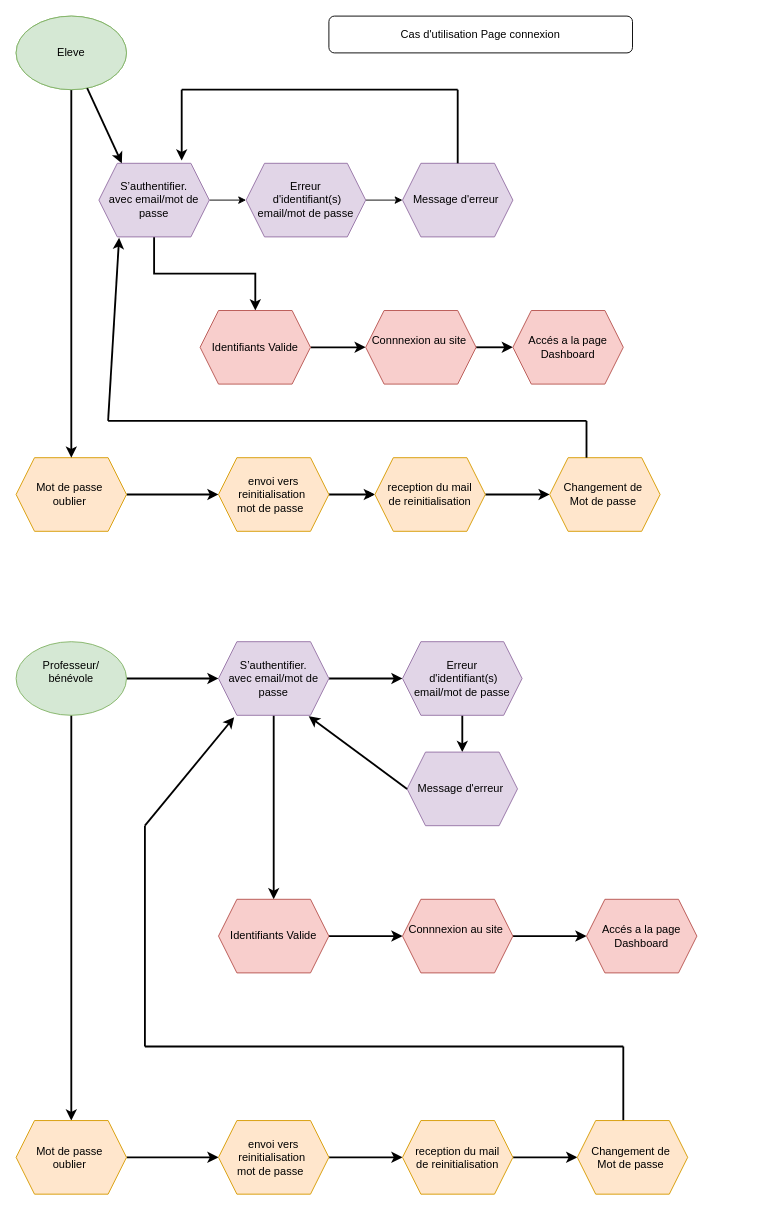
The draw.io diagram Diagramme de cas d’usage – Connexion.drawio in frederic5962/Learn-Home_p10, before the edit. Source tidied: cells renumbered, new cells numbered last; positions are measured from the earlier drawing's top-left corner, leaving out a move shared by most shapes. Both pictures are drawn from the tidied source at 92%, with x=0, y=0 at pixel (16, 16).
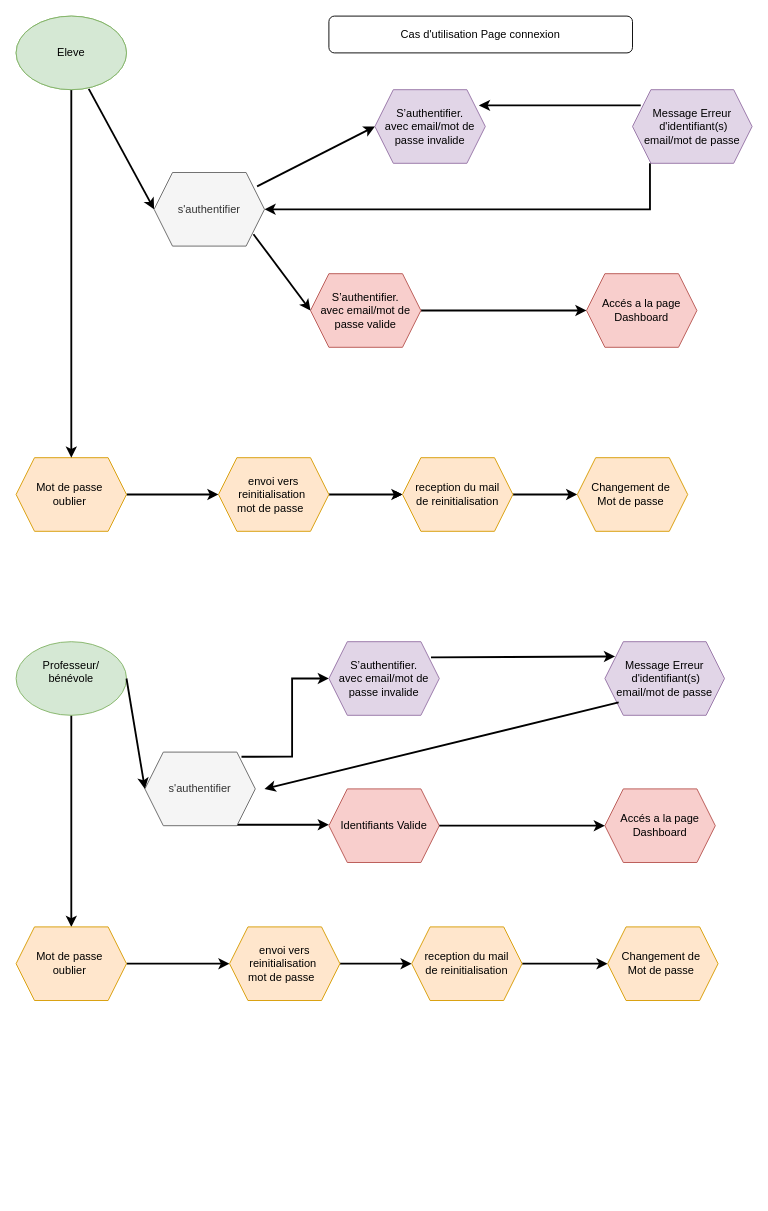
The same diagram, later.

Commit message:
Mettre à jour Diagramme de cas d’usage – Connexion.drawio

Unchanged cells that the change refers to:
```xml
<mxCell id="31" value="Eleve" style="ellipse;whiteSpace=wrap;html=1;fillColor=#d5e8d4;strokeColor=#82b366;" parent="1" vertex="1">
  <mxGeometry width="120" height="80" as="geometry" />
</mxCell>
<mxCell id="34" value="Professeur/&lt;div&gt;bénévole&lt;div&gt;&lt;br&gt;&lt;/div&gt;&lt;/div&gt;" style="ellipse;whiteSpace=wrap;html=1;fillColor=#d5e8d4;strokeColor=#82b366;" parent="1" vertex="1">
  <mxGeometry y="680" width="120" height="80" as="geometry" />
</mxCell>
```

The edit, as a diff of the source:
```diff
@@
-    <mxCell id="3" style="edgeStyle=orthogonalEdgeStyle;rounded=0;jettySize=auto;html=1;entryX=0;entryY=0.5;entryDx=0;entryDy=0;" parent="1" edge="1" source="5" target="7">
+    <mxCell id="3" style="edgeStyle=orthogonalEdgeStyle;rounded=0;jettySize=auto;html=1;entryX=1;entryY=0.5;entryDx=0;entryDy=0;strokeWidth=2;exitX=0.146;exitY=1;exitDx=0;exitDy=0;exitPerimeter=0;" parent="1" edge="1" source="7" target="66">
       <mxGeometry relative="1" as="geometry" />
     </mxCell>
-    <mxCell id="4" style="edgeStyle=orthogonalEdgeStyle;rounded=0;jettySize=auto;html=1;strokeWidth=2;" parent="1" edge="1" source="5" target="10">
-      <mxGeometry relative="1" as="geometry" />
-    </mxCell>
-    <mxCell id="5" value="S’authentifier.&lt;div&gt;avec email/mot de passe&lt;/div&gt;" style="shape=hexagon;perimeter=hexagonPerimeter2;whiteSpace=wrap;html=1;fixedSize=1;fillColor=#e1d5e7;strokeColor=#9673a6;" parent="1" vertex="1">
-      <mxGeometry x="90" y="160" width="120" height="80" as="geometry" />
+    <mxCell id="5" value="S’authentifier.&lt;div&gt;avec email/mot de passe&amp;nbsp;&lt;span style=&quot;background-color: transparent; color: light-dark(rgb(0, 0, 0), rgb(255, 255, 255));&quot;&gt;invalide&lt;/span&gt;&lt;/div&gt;" style="shape=hexagon;perimeter=hexagonPerimeter2;whiteSpace=wrap;html=1;fixedSize=1;fillColor=#e1d5e7;strokeColor=#9673a6;" parent="1" vertex="1">
+      <mxGeometry x="390" y="80" width="120" height="80" as="geometry" />
     </mxCell>
-    <mxCell id="6" style="edgeStyle=orthogonalEdgeStyle;rounded=0;jettySize=auto;html=1;entryX=0;entryY=0.5;entryDx=0;entryDy=0;" parent="1" edge="1" source="7" target="8">
-      <mxGeometry relative="1" as="geometry" />
-    </mxCell>
-    <mxCell id="7" value="Erreur&lt;div&gt;&amp;nbsp;d'identifiant(s)&lt;div&gt;email/mot de passe&lt;/div&gt;&lt;/div&gt;" style="shape=hexagon;perimeter=hexagonPerimeter2;whiteSpace=wrap;html=1;fixedSize=1;fillColor=#e1d5e7;strokeColor=#9673a6;" parent="1" vertex="1">
-      <mxGeometry x="250" y="160" width="130" height="80" as="geometry" />
+    <mxCell id="7" value="Message Erreur&lt;div&gt;&amp;nbsp;d'identifiant(s)&lt;div&gt;email/mot de passe&lt;/div&gt;&lt;/div&gt;" style="shape=hexagon;perimeter=hexagonPerimeter2;whiteSpace=wrap;html=1;fixedSize=1;fillColor=#e1d5e7;strokeColor=#9673a6;" parent="1" vertex="1">
+      <mxGeometry x="670" y="80" width="130" height="80" as="geometry" />
     </mxCell>
-    <mxCell id="8" value="Message d'erreur&amp;nbsp;" style="shape=hexagon;perimeter=hexagonPerimeter2;whiteSpace=wrap;html=1;fixedSize=1;fillColor=#e1d5e7;strokeColor=#9673a6;" parent="1" vertex="1">
-      <mxGeometry x="420" y="160" width="120" height="80" as="geometry" />
-    </mxCell>
-    <mxCell id="9" style="edgeStyle=orthogonalEdgeStyle;rounded=0;jettySize=auto;html=1;strokeWidth=2;" parent="1" edge="1" source="10" target="12">
+    <mxCell id="9" style="edgeStyle=orthogonalEdgeStyle;rounded=0;jettySize=auto;html=1;strokeWidth=2;entryX=0;entryY=0.5;entryDx=0;entryDy=0;" parent="1" edge="1" source="10" target="13">
       <mxGeometry relative="1" as="geometry" />
     </mxCell>
-    <mxCell id="10" value="Identifiants Valide" style="shape=hexagon;perimeter=hexagonPerimeter2;whiteSpace=wrap;html=1;fixedSize=1;fillColor=#f8cecc;strokeColor=#b85450;" parent="1" vertex="1">
-      <mxGeometry x="200" y="320" width="120" height="80" as="geometry" />
+    <mxCell id="10" value="S’authentifier.&lt;div&gt;avec email/mot de passe&amp;nbsp;&lt;span style=&quot;background-color: transparent; color: light-dark(rgb(0, 0, 0), rgb(255, 255, 255));&quot;&gt;valide&lt;/span&gt;&lt;/div&gt;" style="shape=hexagon;perimeter=hexagonPerimeter2;whiteSpace=wrap;html=1;fixedSize=1;fillColor=#f8cecc;strokeColor=#b85450;" parent="1" vertex="1">
+      <mxGeometry x="320" y="280" width="120" height="80" as="geometry" />
     </mxCell>
-    <mxCell id="11" style="edgeStyle=orthogonalEdgeStyle;rounded=0;jettySize=auto;html=1;strokeWidth=2;" parent="1" edge="1" source="12" target="13">
-      <mxGeometry relative="1" as="geometry" />
-    </mxCell>
-    <mxCell id="12" value="Connnexion au site&amp;nbsp;&lt;div&gt;&lt;br&gt;&lt;/div&gt;" style="shape=hexagon;perimeter=hexagonPerimeter2;whiteSpace=wrap;html=1;fixedSize=1;fillColor=#f8cecc;strokeColor=#b85450;" parent="1" vertex="1">
-      <mxGeometry x="380" y="320" width="120" height="80" as="geometry" />
-    </mxCell>
     <mxCell id="13" value="Accés a la page Dashboard" style="shape=hexagon;perimeter=hexagonPerimeter2;whiteSpace=wrap;html=1;fixedSize=1;fillColor=#f8cecc;strokeColor=#b85450;" parent="1" vertex="1">
-      <mxGeometry x="540" y="320" width="120" height="80" as="geometry" />
+      <mxGeometry x="620" y="280" width="120" height="80" as="geometry" />
     </mxCell>
@@
     <mxCell id="21" value="reception du mail&lt;div&gt;de reinitialisation&lt;/div&gt;" style="shape=hexagon;perimeter=hexagonPerimeter2;whiteSpace=wrap;html=1;fixedSize=1;fillColor=#ffe6cc;strokeColor=#d79b00;" parent="1" vertex="1">
-      <mxGeometry x="390" y="480" width="120" height="80" as="geometry" />
+      <mxGeometry x="420" y="480" width="120" height="80" as="geometry" />
     </mxCell>
     <mxCell id="22" value="Changement de&amp;nbsp;&lt;div&gt;Mot de passe&amp;nbsp;&lt;/div&gt;" style="shape=hexagon;perimeter=hexagonPerimeter2;whiteSpace=wrap;html=1;fixedSize=1;fillColor=#ffe6cc;strokeColor=#d79b00;" parent="1" vertex="1">
-      <mxGeometry x="580" y="480" width="120" height="80" as="geometry" />
+      <mxGeometry x="610" y="480" width="120" height="80" as="geometry" />
     </mxCell>
@@
-    <mxCell id="25" style="endArrow=none;html=1;rounded=0;exitX=0.5;exitY=0;exitDx=0;exitDy=0;strokeWidth=2;" parent="1" edge="1" source="8">
-      <mxGeometry relative="1" as="geometry">
-        <mxPoint x="480" y="80" as="targetPoint" />
-      </mxGeometry>
-    </mxCell>
-    <mxCell id="26" style="endArrow=none;html=1;rounded=0;strokeWidth=2;" parent="1" edge="1">
-      <mxGeometry relative="1" as="geometry">
-        <mxPoint x="180" y="80" as="sourcePoint" />
-        <mxPoint x="480" y="80" as="targetPoint" />
-      </mxGeometry>
-    </mxCell>
-    <mxCell id="27" style="endArrow=classic;html=1;rounded=0;entryX=0.75;entryY=-0.037;entryDx=0;entryDy=0;entryPerimeter=0;strokeWidth=2;" parent="1" edge="1" target="5">
-      <mxGeometry relative="1" as="geometry">
-        <mxPoint x="180" y="80" as="sourcePoint" />
-      </mxGeometry>
-    </mxCell>
-    <mxCell id="28" style="endArrow=none;html=1;rounded=0;strokeWidth=2;" parent="1" edge="1">
-      <mxGeometry relative="1" as="geometry">
-        <mxPoint x="620" y="480" as="sourcePoint" />
-        <mxPoint x="620" y="440" as="targetPoint" />
-      </mxGeometry>
-    </mxCell>
-    <mxCell id="29" style="endArrow=none;html=1;rounded=0;strokeWidth=2;" parent="1" edge="1">
-      <mxGeometry relative="1" as="geometry">
-        <mxPoint x="100" y="440" as="sourcePoint" />
-        <mxPoint x="620" y="440" as="targetPoint" />
-      </mxGeometry>
-    </mxCell>
-    <mxCell id="30" style="endArrow=classic;html=1;rounded=0;entryX=0.183;entryY=1.013;entryDx=0;entryDy=0;entryPerimeter=0;strokeWidth=2;" parent="1" edge="1" target="5">
-      <mxGeometry relative="1" as="geometry">
-        <mxPoint x="100" y="440" as="sourcePoint" />
-      </mxGeometry>
-    </mxCell>
@@
-    <mxCell id="32" style="edgeStyle=orthogonalEdgeStyle;rounded=0;jettySize=auto;html=1;strokeWidth=2;" parent="1" edge="1" source="34" target="37">
+    <mxCell id="32" style="edgeStyle=orthogonalEdgeStyle;rounded=0;jettySize=auto;html=1;strokeWidth=2;exitX=0.875;exitY=0.063;exitDx=0;exitDy=0;exitPerimeter=0;entryX=0;entryY=0.5;entryDx=0;entryDy=0;" parent="1" edge="1" source="64" target="37">
       <mxGeometry relative="1" as="geometry" />
     </mxCell>
@@
-    <mxCell id="35" style="edgeStyle=orthogonalEdgeStyle;rounded=0;jettySize=auto;html=1;strokeWidth=2;" parent="1" edge="1" source="37" target="39">
-      <mxGeometry relative="1" as="geometry" />
-    </mxCell>
-    <mxCell id="36" style="edgeStyle=orthogonalEdgeStyle;rounded=0;jettySize=auto;html=1;entryX=0.5;entryY=0;entryDx=0;entryDy=0;strokeWidth=2;" parent="1" edge="1" source="37" target="43">
-      <mxGeometry relative="1" as="geometry" />
-    </mxCell>
-    <mxCell id="37" value="S’authentifier.&lt;div&gt;avec email/mot de passe&lt;/div&gt;" style="shape=hexagon;perimeter=hexagonPerimeter2;whiteSpace=wrap;html=1;fixedSize=1;fillColor=#e1d5e7;strokeColor=#9673a6;" parent="1" vertex="1">
-      <mxGeometry x="220" y="680" width="120" height="80" as="geometry" />
+    <mxCell id="37" value="S’authentifier.&lt;div&gt;avec email/mot de passe&amp;nbsp;&lt;span style=&quot;background-color: transparent; color: light-dark(rgb(0, 0, 0), rgb(255, 255, 255));&quot;&gt;invalide&lt;/span&gt;&lt;/div&gt;" style="shape=hexagon;perimeter=hexagonPerimeter2;whiteSpace=wrap;html=1;fixedSize=1;fillColor=#e1d5e7;strokeColor=#9673a6;" parent="1" vertex="1">
+      <mxGeometry x="340" y="680" width="120" height="80" as="geometry" />
     </mxCell>
-    <mxCell id="38" style="edgeStyle=orthogonalEdgeStyle;rounded=0;jettySize=auto;html=1;strokeWidth=2;" parent="1" edge="1" source="39" target="40">
-      <mxGeometry relative="1" as="geometry" />
-    </mxCell>
-    <mxCell id="39" value="Erreur&lt;div&gt;&amp;nbsp;d'identifiant(s)&lt;div&gt;email/mot de passe&lt;/div&gt;&lt;/div&gt;" style="shape=hexagon;perimeter=hexagonPerimeter2;whiteSpace=wrap;html=1;fixedSize=1;fillColor=#e1d5e7;strokeColor=#9673a6;" parent="1" vertex="1">
-      <mxGeometry x="420" y="680" width="130" height="80" as="geometry" />
+    <mxCell id="39" value="Message Erreur&lt;div&gt;&amp;nbsp;d'identifiant(s)&lt;div&gt;email/mot de passe&lt;/div&gt;&lt;/div&gt;" style="shape=hexagon;perimeter=hexagonPerimeter2;whiteSpace=wrap;html=1;fixedSize=1;fillColor=#e1d5e7;strokeColor=#9673a6;" parent="1" vertex="1">
+      <mxGeometry x="640" y="680" width="130" height="80" as="geometry" />
     </mxCell>
-    <mxCell id="40" value="Message d'erreur&amp;nbsp;" style="shape=hexagon;perimeter=hexagonPerimeter2;whiteSpace=wrap;html=1;fixedSize=1;fillColor=#e1d5e7;strokeColor=#9673a6;" parent="1" vertex="1">
-      <mxGeometry x="425" y="800" width="120" height="80" as="geometry" />
-    </mxCell>
-    <mxCell id="41" style="endArrow=classic;html=1;rounded=0;entryX=0.817;entryY=1.013;entryDx=0;entryDy=0;entryPerimeter=0;exitX=0;exitY=0.5;exitDx=0;exitDy=0;strokeWidth=2;" parent="1" edge="1" source="40" target="37">
-      <mxGeometry relative="1" as="geometry" />
-    </mxCell>
-    <mxCell id="42" style="edgeStyle=orthogonalEdgeStyle;rounded=0;jettySize=auto;html=1;strokeWidth=2;" parent="1" edge="1" source="43" target="45">
-      <mxGeometry relative="1" as="geometry" />
-    </mxCell>
     <mxCell id="43" value="Identifiants Valide" style="shape=hexagon;perimeter=hexagonPerimeter2;whiteSpace=wrap;html=1;fixedSize=1;fillColor=#f8cecc;strokeColor=#b85450;" parent="1" vertex="1">
-      <mxGeometry x="220" y="960" width="120" height="80" as="geometry" />
+      <mxGeometry x="340" y="840" width="120" height="80" as="geometry" />
     </mxCell>
-    <mxCell id="44" style="edgeStyle=orthogonalEdgeStyle;rounded=0;jettySize=auto;html=1;strokeWidth=2;" parent="1" edge="1" source="45" target="46">
-      <mxGeometry relative="1" as="geometry" />
-    </mxCell>
-    <mxCell id="45" value="Connnexion au site&amp;nbsp;&lt;div&gt;&lt;br&gt;&lt;/div&gt;" style="shape=hexagon;perimeter=hexagonPerimeter2;whiteSpace=wrap;html=1;fixedSize=1;fillColor=#f8cecc;strokeColor=#b85450;" parent="1" vertex="1">
-      <mxGeometry x="420" y="960" width="120" height="80" as="geometry" />
-    </mxCell>
     <mxCell id="46" value="Accés a la page Dashboard" style="shape=hexagon;perimeter=hexagonPerimeter2;whiteSpace=wrap;html=1;fixedSize=1;fillColor=#f8cecc;strokeColor=#b85450;" parent="1" vertex="1">
-      <mxGeometry x="620" y="960" width="120" height="80" as="geometry" />
+      <mxGeometry x="640" y="840" width="120" height="80" as="geometry" />
     </mxCell>
@@
     <mxCell id="48" value="Mot de passe&amp;nbsp;&lt;div&gt;oublier&amp;nbsp;&lt;/div&gt;" style="shape=hexagon;perimeter=hexagonPerimeter2;whiteSpace=wrap;html=1;fixedSize=1;fillColor=#ffe6cc;strokeColor=#d79b00;" parent="1" vertex="1">
-      <mxGeometry y="1200.5" width="120" height="80" as="geometry" />
+      <mxGeometry y="990" width="120" height="80" as="geometry" />
     </mxCell>
@@
     <mxCell id="50" value="envoi vers reinitialisation&amp;nbsp;&lt;div&gt;mot de passe&amp;nbsp;&amp;nbsp;&lt;/div&gt;" style="shape=hexagon;perimeter=hexagonPerimeter2;whiteSpace=wrap;html=1;fixedSize=1;fillColor=#ffe6cc;strokeColor=#d79b00;" parent="1" vertex="1">
-      <mxGeometry x="220" y="1200.5" width="120" height="80" as="geometry" />
+      <mxGeometry x="232" y="990" width="120" height="80" as="geometry" />
     </mxCell>
@@
     <mxCell id="52" value="reception du mail&lt;div&gt;de reinitialisation&lt;/div&gt;" style="shape=hexagon;perimeter=hexagonPerimeter2;whiteSpace=wrap;html=1;fixedSize=1;fillColor=#ffe6cc;strokeColor=#d79b00;" parent="1" vertex="1">
-      <mxGeometry x="420" y="1200.5" width="120" height="80" as="geometry" />
+      <mxGeometry x="430" y="990" width="120" height="80" as="geometry" />
     </mxCell>
     <mxCell id="53" value="Changement de&amp;nbsp;&lt;div&gt;Mot de passe&amp;nbsp;&lt;/div&gt;" style="shape=hexagon;perimeter=hexagonPerimeter2;whiteSpace=wrap;html=1;fixedSize=1;fillColor=#ffe6cc;strokeColor=#d79b00;" parent="1" vertex="1">
-      <mxGeometry x="610" y="1200.5" width="120" height="80" as="geometry" />
+      <mxGeometry x="643" y="990" width="120" height="80" as="geometry" />
     </mxCell>
-    <mxCell id="54" style="endArrow=none;html=1;rounded=0;strokeWidth=2;" parent="1" edge="1">
-      <mxGeometry relative="1" as="geometry">
-        <mxPoint x="660" y="1200" as="sourcePoint" />
-        <mxPoint x="660" y="1120" as="targetPoint" />
-      </mxGeometry>
-    </mxCell>
-    <mxCell id="55" style="endArrow=none;html=1;rounded=0;strokeWidth=2;" parent="1" edge="1">
-      <mxGeometry relative="1" as="geometry">
-        <mxPoint x="140" y="1120" as="sourcePoint" />
-        <mxPoint x="660" y="1120" as="targetPoint" />
-      </mxGeometry>
-    </mxCell>
-    <mxCell id="56" style="endArrow=none;html=1;rounded=0;strokeWidth=2;" parent="1" edge="1">
-      <mxGeometry relative="1" as="geometry">
-        <mxPoint x="140" y="1120" as="sourcePoint" />
-        <mxPoint x="140" y="880" as="targetPoint" />
-      </mxGeometry>
-    </mxCell>
-    <mxCell id="57" style="endArrow=classic;html=1;rounded=0;entryX=0.142;entryY=1.025;entryDx=0;entryDy=0;entryPerimeter=0;strokeWidth=2;" parent="1" edge="1" target="37">
-      <mxGeometry relative="1" as="geometry">
-        <mxPoint x="140" y="880" as="sourcePoint" />
-      </mxGeometry>
-    </mxCell>
-    <mxCell id="58" style="endArrow=classic;html=1;rounded=0;entryX=0.208;entryY=0;entryDx=0;entryDy=0;entryPerimeter=0;strokeWidth=2;" parent="1" edge="1" source="31" target="5">
+    <mxCell id="58" style="endArrow=classic;html=1;rounded=0;entryX=0;entryY=0.5;entryDx=0;entryDy=0;strokeWidth=2;exitX=0.933;exitY=0.188;exitDx=0;exitDy=0;exitPerimeter=0;" parent="1" edge="1" source="66" target="5">
       <mxGeometry relative="1" as="geometry" />
     </mxCell>
+    <mxCell id="59" style="endArrow=classic;html=1;rounded=0;exitX=0.658;exitY=0.988;exitDx=0;exitDy=0;exitPerimeter=0;entryX=0;entryY=0.5;entryDx=0;entryDy=0;strokeWidth=2;" parent="1" edge="1" source="31" target="66">
+      <mxGeometry relative="1" as="geometry" />
+    </mxCell>
+    <mxCell id="60" style="endArrow=classic;html=1;rounded=0;exitX=0.069;exitY=0.213;exitDx=0;exitDy=0;exitPerimeter=0;entryX=0.942;entryY=0.213;entryDx=0;entryDy=0;entryPerimeter=0;strokeWidth=2;" parent="1" edge="1" source="7" target="5">
+      <mxGeometry relative="1" as="geometry" />
+    </mxCell>
+    <mxCell id="61" style="endArrow=classic;html=1;rounded=0;strokeWidth=2;exitX=0.115;exitY=0.825;exitDx=0;exitDy=0;exitPerimeter=0;" parent="1" edge="1" source="39">
+      <mxGeometry relative="1" as="geometry">
+        <mxPoint x="270" y="840" as="targetPoint" />
+      </mxGeometry>
+    </mxCell>
+    <mxCell id="62" style="endArrow=classic;html=1;rounded=0;strokeWidth=2;" parent="1" edge="1">
+      <mxGeometry relative="1" as="geometry">
+        <mxPoint x="240" y="879" as="sourcePoint" />
+        <mxPoint x="340" y="879" as="targetPoint" />
+      </mxGeometry>
+    </mxCell>
+    <mxCell id="63" style="endArrow=classic;html=1;rounded=0;exitX=1;exitY=0.5;exitDx=0;exitDy=0;entryX=0;entryY=0.5;entryDx=0;entryDy=0;strokeWidth=2;" parent="1" edge="1" source="43" target="46">
+      <mxGeometry relative="1" as="geometry" />
+    </mxCell>
+    <mxCell id="64" value="s'authentifier" style="shape=hexagon;perimeter=hexagonPerimeter2;whiteSpace=wrap;html=1;fixedSize=1;fillColor=#f5f5f5;fontColor=#333333;strokeColor=#666666;" parent="1" vertex="1">
+      <mxGeometry x="140" y="800" width="120" height="80" as="geometry" />
+    </mxCell>
+    <mxCell id="65" style="endArrow=classic;html=1;rounded=0;exitX=1;exitY=0.5;exitDx=0;exitDy=0;strokeWidth=2;" parent="1" edge="1" source="34">
+      <mxGeometry relative="1" as="geometry">
+        <mxPoint x="140" y="840" as="targetPoint" />
+      </mxGeometry>
+    </mxCell>
+    <mxCell id="35" style="endArrow=classic;html=1;rounded=0;strokeWidth=2;exitX=0.925;exitY=0.213;exitDx=0;exitDy=0;exitPerimeter=0;entryX=0.085;entryY=0.2;entryDx=0;entryDy=0;entryPerimeter=0;" parent="1" edge="1" source="37" target="39">
+      <mxGeometry relative="1" as="geometry" />
+    </mxCell>
+    <mxCell id="66" value="s'authentifier" style="shape=hexagon;perimeter=hexagonPerimeter2;whiteSpace=wrap;html=1;fixedSize=1;fillColor=#f5f5f5;fontColor=#333333;strokeColor=#666666;" parent="1" vertex="1">
+      <mxGeometry x="150" y="170" width="120" height="80" as="geometry" />
+    </mxCell>
+    <mxCell id="67" style="endArrow=classic;html=1;rounded=0;exitX=0.9;exitY=0.838;exitDx=0;exitDy=0;exitPerimeter=0;entryX=0;entryY=0.5;entryDx=0;entryDy=0;strokeWidth=2;" parent="1" edge="1" source="66" target="10">
+      <mxGeometry relative="1" as="geometry" />
+    </mxCell>
```
